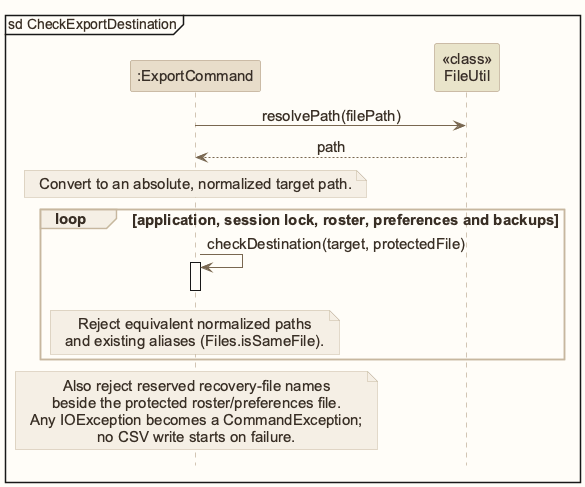
Before: docs/images/CsvExportDestinationDiagram.png, a diagram exported from PlantUML (AY2627S1-CS2103T-W12-1/tp). The source it was exported from:
```plantuml
@startuml
!include style.puml
skinparam ArrowFontStyle plain
skinparam DefaultFontSize 15
mainframe sd CheckExportDestination
participant ":ExportCommand" as Command LOGIC_COLOR
participant "<<class>>\nFileUtil" as FileUtil STORAGE_COLOR
Command -> FileUtil : resolvePath(filePath)
FileUtil --> Command : path
note over Command : Convert to an absolute, normalized target path.
loop application, session lock, roster, preferences and backups
Command -> Command : checkDestination(target, protectedFile)
activate Command
note over Command
Reject equivalent normalized paths
and existing aliases (Files.isSameFile).
end note
deactivate Command
end
note over Command
Also reject reserved recovery-file names
beside the protected roster/preferences file.
Any IOException becomes a CommandException;
no CSV write starts on failure.
end note
@enduml
```
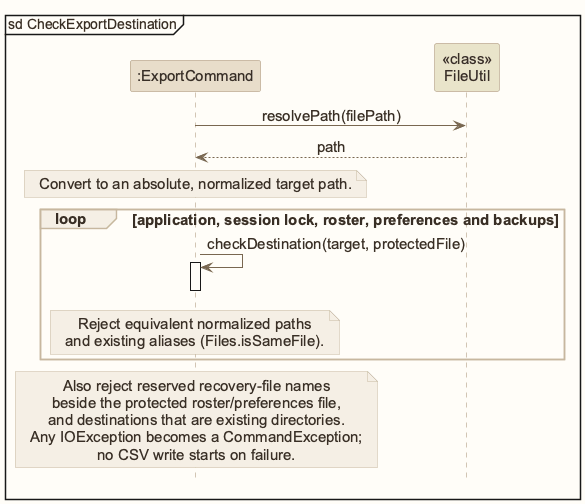
The same file after the commit.

Commit message:
Clarify manual test order and export checks

What changed in the source:
```diff
@@ -19,7 +19,8 @@
 end
 note over Command
 Also reject reserved recovery-file names
-beside the protected roster/preferences file.
+beside the protected roster/preferences file,
+and destinations that are existing directories.
 Any IOException becomes a CommandException;
 no CSV write starts on failure.
 end note
```
